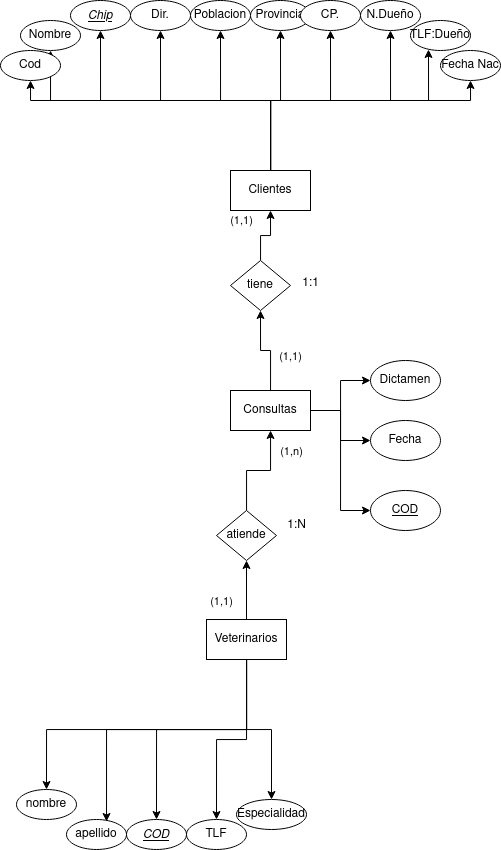
This is Ejercicios/images/Diagrama_BAE_E4.drawio.png from adogonz23/BAE, a draw.io export, as it was before one commit. Source tidied: cells renumbered, new cells last; positions are measured from the earlier drawing's top-left corner, leaving out a move shared by most shapes.
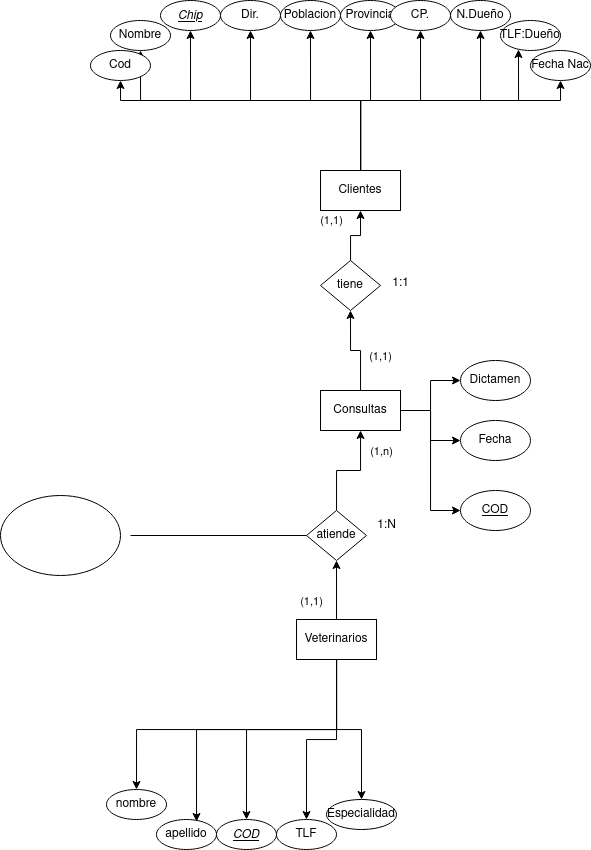
The same file after the commit.

The edit, as a diff of the source:
```diff
@@ -213,5 +213,13 @@
     <mxCell id="52" value="1:N" style="text;html=1;align=center;verticalAlign=middle;strokeColor=none;fillColor=none;" parent="1" vertex="1">
       <mxGeometry x="276" y="510" width="40" height="30" as="geometry" />
     </mxCell>
+    <mxCell id="53" style="endArrow=none;html=1;rounded=0;entryX=0;entryY=0.5;entryDx=0;entryDy=0;" parent="1" edge="1" target="27">
+      <mxGeometry relative="1" as="geometry">
+        <mxPoint x="40" y="535" as="sourcePoint" />
+      </mxGeometry>
+    </mxCell>
+    <mxCell id="54" style="ellipse;whiteSpace=wrap;html=1;" parent="1" vertex="1">
+      <mxGeometry x="-90" y="495" width="120" height="80" as="geometry" />
+    </mxCell>
   </root>
 </mxGraphModel>
```
